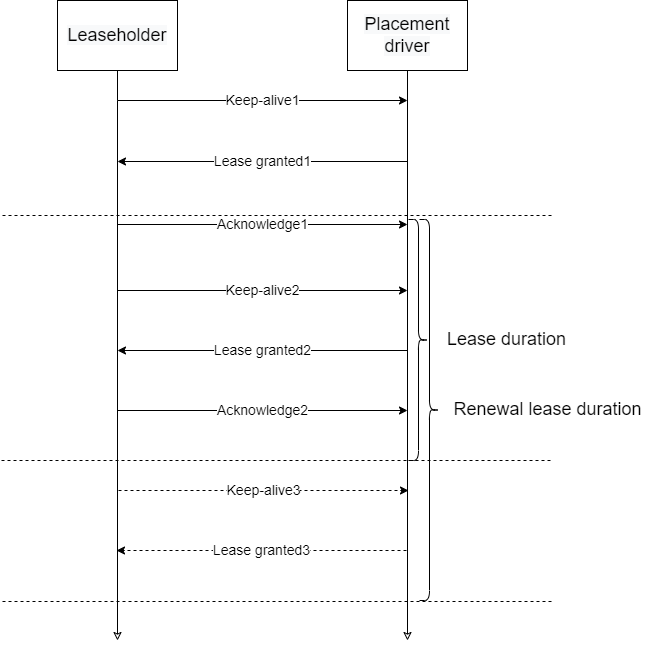
The draw.io diagram modules/placement-driver/docs/lease_renewal.png in apache/ignite-3, before a commit. Source tidied: cells renumbered, new cells last; positions are measured from the earlier drawing's top-left corner, leaving out a move shared by most shapes. Source of this version:
```xml
<mxGraphModel>
  <root>
    <mxCell id="0" />
    <mxCell id="1" parent="0" />
    <mxCell id="2" style="edgeStyle=orthogonalEdgeStyle;rounded=0;jettySize=auto;html=1;exitX=0.5;exitY=1;exitDx=0;exitDy=0;endArrow=classic;endFill=0;fontSize=18;" parent="1" edge="1" source="3">
      <mxGeometry relative="1" as="geometry">
        <mxPoint x="117" y="640" as="targetPoint" />
        <Array as="points">
          <mxPoint x="117" y="100" />
          <mxPoint x="117" y="100" />
        </Array>
      </mxGeometry>
    </mxCell>
    <mxCell id="3" value="&lt;span style=&quot;color: rgb(0, 0, 0); font-family: Helvetica; font-size: 18px; font-style: normal; font-variant-ligatures: normal; font-variant-caps: normal; font-weight: 400; letter-spacing: normal; orphans: 2; text-align: center; text-indent: 0px; text-transform: none; widows: 2; word-spacing: 0px; -webkit-text-stroke-width: 0px; background-color: rgb(248, 249, 250); text-decoration-thickness: initial; text-decoration-style: initial; text-decoration-color: initial; float: none; display: inline !important;&quot;&gt;Leaseholder&lt;/span&gt;" style="rounded=0;whiteSpace=wrap;html=1;fontSize=18;" parent="1" vertex="1">
      <mxGeometry x="57" width="120" height="70" as="geometry" />
    </mxCell>
    <mxCell id="4" style="edgeStyle=orthogonalEdgeStyle;rounded=0;jettySize=auto;html=1;exitX=0.5;exitY=1;exitDx=0;exitDy=0;endArrow=classic;endFill=0;fontSize=18;" parent="1" edge="1" source="5">
      <mxGeometry relative="1" as="geometry">
        <mxPoint x="407" y="640" as="targetPoint" />
      </mxGeometry>
    </mxCell>
    <mxCell id="5" value="&lt;span style=&quot;color: rgb(0, 0, 0); font-family: Helvetica; font-size: 18px; font-style: normal; font-variant-ligatures: normal; font-variant-caps: normal; font-weight: 400; letter-spacing: normal; orphans: 2; text-align: center; text-indent: 0px; text-transform: none; widows: 2; word-spacing: 0px; -webkit-text-stroke-width: 0px; background-color: rgb(248, 249, 250); text-decoration-thickness: initial; text-decoration-style: initial; text-decoration-color: initial; float: none; display: inline !important;&quot;&gt;Placement driver&lt;/span&gt;" style="rounded=0;whiteSpace=wrap;html=1;fontSize=18;" parent="1" vertex="1">
      <mxGeometry x="347" width="120" height="70" as="geometry" />
    </mxCell>
    <mxCell id="6" value="Keep-alive1" style="endArrow=classic;html=1;rounded=0;fontSize=14;" parent="1" edge="1">
      <mxGeometry relative="1" as="geometry">
        <mxPoint x="117" y="100" as="sourcePoint" />
        <mxPoint x="407" y="100" as="targetPoint" />
      </mxGeometry>
    </mxCell>
    <mxCell id="7" value="Lease granted1" style="endArrow=classic;html=1;rounded=0;fontSize=14;" parent="1" edge="1">
      <mxGeometry relative="1" as="geometry">
        <mxPoint x="407" y="161" as="sourcePoint" />
        <mxPoint x="117" y="161" as="targetPoint" />
      </mxGeometry>
    </mxCell>
    <mxCell id="8" value="Acknowledge1" style="endArrow=classic;html=1;rounded=0;fontSize=14;" parent="1" edge="1">
      <mxGeometry relative="1" as="geometry">
        <mxPoint x="117" y="224" as="sourcePoint" />
        <mxPoint x="407" y="224" as="targetPoint" />
      </mxGeometry>
    </mxCell>
    <mxCell id="9" style="shape=curlyBracket;whiteSpace=wrap;html=1;rounded=1;flipH=1;fontSize=18;" parent="1" vertex="1">
      <mxGeometry x="408" y="219" width="20" height="241" as="geometry" />
    </mxCell>
    <mxCell id="10" value="Keep-alive2" style="endArrow=classic;html=1;rounded=0;startArrow=none;fontSize=14;" parent="1" edge="1">
      <mxGeometry relative="1" as="geometry">
        <mxPoint x="117" y="290" as="sourcePoint" />
        <mxPoint x="407" y="290" as="targetPoint" />
      </mxGeometry>
    </mxCell>
    <mxCell id="11" value="Lease duration" style="text;strokeColor=none;fillColor=none;html=1;fontSize=18;fontStyle=0;verticalAlign=middle;align=center;" parent="1" vertex="1">
      <mxGeometry x="396" y="244" width="220" height="190" as="geometry" />
    </mxCell>
    <mxCell id="12" value="Lease granted2" style="endArrow=classic;html=1;rounded=0;fontSize=14;" parent="1" edge="1">
      <mxGeometry relative="1" as="geometry">
        <mxPoint x="407" y="350" as="sourcePoint" />
        <mxPoint x="117" y="350" as="targetPoint" />
      </mxGeometry>
    </mxCell>
    <mxCell id="13" value="Acknowledge2" style="endArrow=classic;html=1;rounded=0;fontSize=14;" parent="1" edge="1">
      <mxGeometry relative="1" as="geometry">
        <mxPoint x="117" y="410" as="sourcePoint" />
        <mxPoint x="407" y="410" as="targetPoint" />
      </mxGeometry>
    </mxCell>
    <mxCell id="14" style="shape=curlyBracket;whiteSpace=wrap;html=1;rounded=1;flipH=1;fontSize=18;" parent="1" vertex="1">
      <mxGeometry x="419" y="219" width="20" height="381" as="geometry" />
    </mxCell>
    <mxCell id="15" value="Renewal lease duration" style="text;strokeColor=none;fillColor=none;html=1;fontSize=18;fontStyle=0;verticalAlign=middle;align=center;" parent="1" vertex="1">
      <mxGeometry x="437" y="314" width="220" height="190" as="geometry" />
    </mxCell>
    <mxCell id="16" style="endArrow=none;dashed=1;html=1;rounded=0;fontSize=18;" parent="1" edge="1">
      <mxGeometry relative="1" as="geometry">
        <mxPoint x="551" y="601" as="sourcePoint" />
        <mxPoint x="1" y="601" as="targetPoint" />
      </mxGeometry>
    </mxCell>
    <mxCell id="17" style="endArrow=none;dashed=1;html=1;rounded=0;fontSize=18;" parent="1" edge="1">
      <mxGeometry relative="1" as="geometry">
        <mxPoint x="551" y="215" as="sourcePoint" />
        <mxPoint x="1" y="215" as="targetPoint" />
      </mxGeometry>
    </mxCell>
    <mxCell id="18" style="endArrow=none;dashed=1;html=1;rounded=0;fontSize=18;" parent="1" edge="1">
      <mxGeometry relative="1" as="geometry">
        <mxPoint x="550" y="460" as="sourcePoint" />
        <mxPoint y="460" as="targetPoint" />
      </mxGeometry>
    </mxCell>
    <mxCell id="19" value="Keep-alive3" style="endArrow=classic;html=1;rounded=0;startArrow=none;dashed=1;fontSize=14;" parent="1" edge="1">
      <mxGeometry relative="1" as="geometry">
        <mxPoint x="118" y="490" as="sourcePoint" />
        <mxPoint x="408" y="490" as="targetPoint" />
      </mxGeometry>
    </mxCell>
    <mxCell id="20" value="Lease granted3" style="endArrow=classic;html=1;rounded=0;dashed=1;fontSize=14;" parent="1" edge="1">
      <mxGeometry relative="1" as="geometry">
        <mxPoint x="406" y="550" as="sourcePoint" />
        <mxPoint x="116" y="550" as="targetPoint" />
      </mxGeometry>
    </mxCell>
  </root>
</mxGraphModel>
```
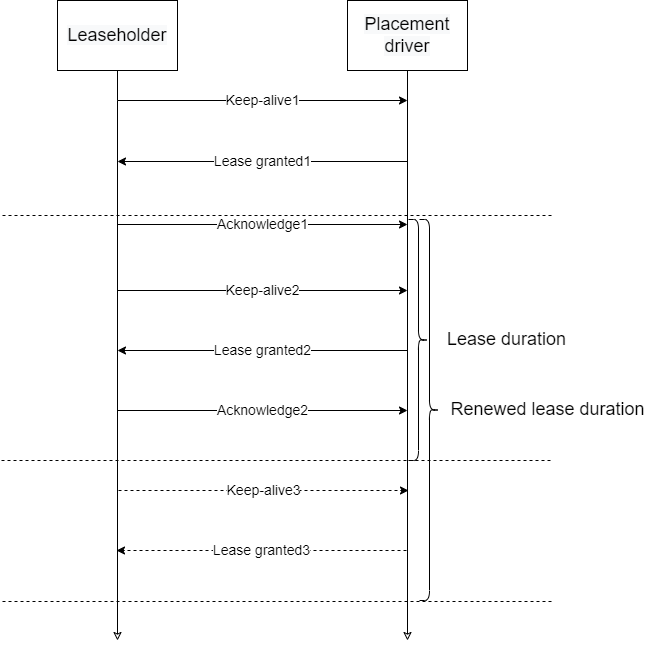
The same diagram one commit later.

The edit, as a diff of the source:
```diff
@@ -67,7 +67,7 @@
     <mxCell id="14" style="shape=curlyBracket;whiteSpace=wrap;html=1;rounded=1;flipH=1;fontSize=18;" parent="1" vertex="1">
       <mxGeometry x="419" y="219" width="20" height="381" as="geometry" />
     </mxCell>
-    <mxCell id="15" value="Renewal lease duration" style="text;strokeColor=none;fillColor=none;html=1;fontSize=18;fontStyle=0;verticalAlign=middle;align=center;" parent="1" vertex="1">
+    <mxCell id="15" value="Renewed lease duration" style="text;strokeColor=none;fillColor=none;html=1;fontSize=18;fontStyle=0;verticalAlign=middle;align=center;" parent="1" vertex="1">
       <mxGeometry x="437" y="314" width="220" height="190" as="geometry" />
     </mxCell>
     <mxCell id="16" style="endArrow=none;dashed=1;html=1;rounded=0;fontSize=18;" parent="1" edge="1">
```
